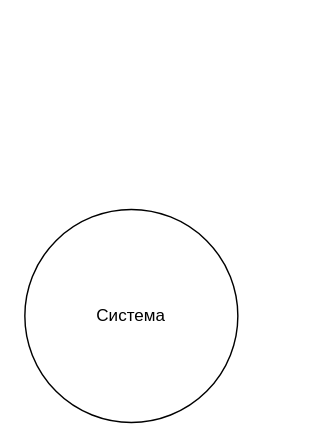
careock/diagrams keeps this draw.io diagram as CE/StarBazaar_full.drawio. Above is the earlier version. Source tidied: cells renumbered, new cells numbered last; positions are measured from the earlier drawing's top-left corner, leaving out a move shared by most shapes. Both pictures are drawn from the tidied source at 142%, with x=0, y=0 at pixel (24, 209).
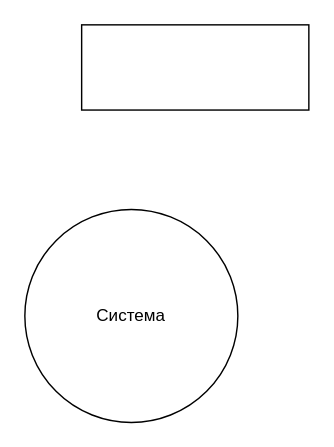
Above is the later version.

Diff of the diagram source:
```diff
@@
 <mxGraphModel>
   <root>
     <mxCell id="0" />
     <mxCell id="1" parent="0" />
     <mxCell id="2" value="Система" style="ellipse;whiteSpace=wrap;html=1;" parent="1" vertex="1">
       <mxGeometry width="150" height="150" as="geometry" />
     </mxCell>
+    <mxCell id="3" style="rounded=0;whiteSpace=wrap;html=1;" parent="1" vertex="1">
+      <mxGeometry x="40" y="-130" width="160" height="60" as="geometry" />
+    </mxCell>
   </root>
 </mxGraphModel>
```
